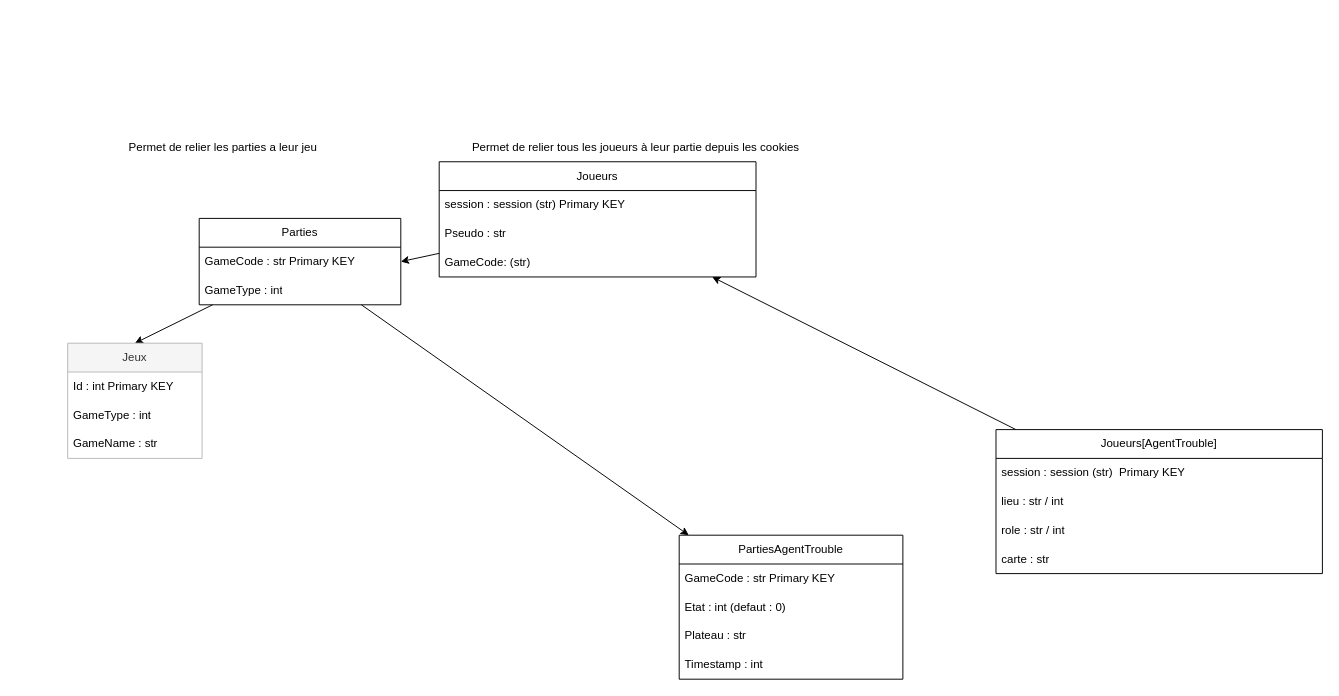
LeNonante/GameHub keeps this draw.io diagram as static/data/schemas.drawio. Above is the earlier version. Source tidied: cells renumbered, new cells numbered last; positions are measured from the earlier drawing's top-left corner, leaving out a move shared by most shapes. Both pictures are drawn from the tidied source at 96%, with x=0, y=0 at pixel (55, 132).
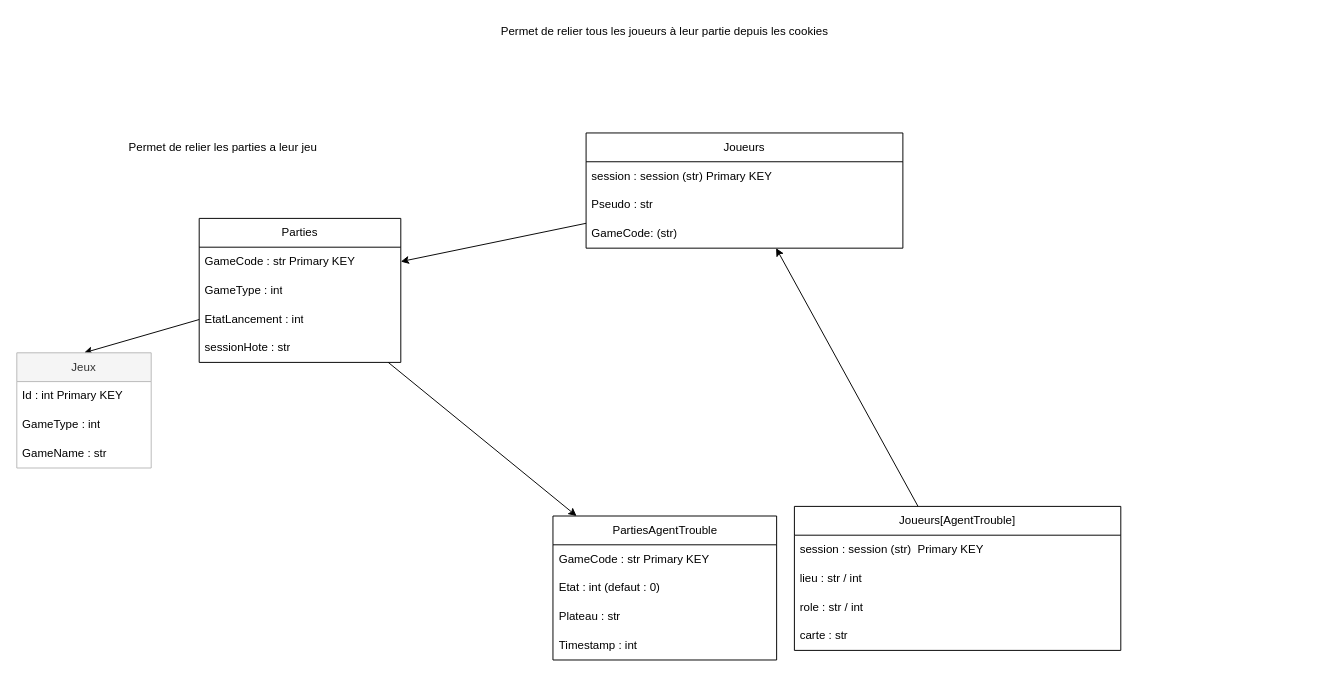
The same page after the edit.

The edit, as a diff of the source:
```diff
@@
     <mxCell id="4" value="Parties" style="swimlane;fontStyle=0;horizontal=1;startSize=30;whiteSpace=wrap;html=1;" parent="1" vertex="1">
-      <mxGeometry x="150" y="89" width="210" height="90" as="geometry" />
+      <mxGeometry x="150" y="89" width="210" height="150" as="geometry" />
     </mxCell>
@@
+    <mxCell id="29" value="GameType : int" style="text;strokeColor=none;fillColor=none;align=left;verticalAlign=middle;spacingLeft=4;spacingRight=4;overflow=hidden;whiteSpace=wrap;html=1;" parent="4" vertex="1">
+      <mxGeometry y="60" width="210" height="30" as="geometry" />
+    </mxCell>
+    <mxCell id="30" value="EtatLancement : int" style="text;strokeColor=none;fillColor=none;align=left;verticalAlign=middle;spacingLeft=4;spacingRight=4;overflow=hidden;whiteSpace=wrap;html=1;" parent="4" vertex="1">
+      <mxGeometry y="90" width="210" height="30" as="geometry" />
+    </mxCell>
-    <mxCell id="6" value="GameType : int" style="text;strokeColor=none;fillColor=none;align=left;verticalAlign=middle;spacingLeft=4;spacingRight=4;overflow=hidden;whiteSpace=wrap;html=1;" parent="4" vertex="1">
-      <mxGeometry y="60" width="210" height="30" as="geometry" />
+    <mxCell id="6" value="sessionHote : str" style="text;strokeColor=none;fillColor=none;align=left;verticalAlign=middle;spacingLeft=4;spacingRight=4;overflow=hidden;whiteSpace=wrap;html=1;" parent="4" vertex="1">
+      <mxGeometry y="120" width="210" height="30" as="geometry" />
     </mxCell>
     <mxCell id="7" value="Jeux" style="swimlane;fontStyle=0;horizontal=1;startSize=30;whiteSpace=wrap;html=1;fillColor=#f5f5f5;fontColor=#333333;strokeColor=light-dark(#b8b8b8, #959595);" parent="1" vertex="1">
-      <mxGeometry x="13" y="219" width="140" height="120" as="geometry" />
+      <mxGeometry x="-40" y="229" width="140" height="120" as="geometry" />
     </mxCell>
@@
     <mxCell id="11" value="PartiesAgentTrouble" style="swimlane;fontStyle=0;horizontal=1;startSize=30;whiteSpace=wrap;html=1;" parent="1" vertex="1">
-      <mxGeometry x="650" y="419" width="233" height="150" as="geometry" />
+      <mxGeometry x="518.5" y="399" width="233" height="150" as="geometry" />
     </mxCell>
@@
     <mxCell id="17" value="Joueurs[AgentTrouble]" style="swimlane;fontStyle=0;horizontal=1;startSize=30;whiteSpace=wrap;html=1;" parent="1" vertex="1">
-      <mxGeometry x="980" y="309" width="340" height="150" as="geometry" />
+      <mxGeometry x="770" y="389" width="340" height="150" as="geometry" />
     </mxCell>
@@
     <mxCell id="23" value="Joueurs" style="swimlane;fontStyle=0;horizontal=1;startSize=30;whiteSpace=wrap;html=1;" parent="1" vertex="1">
-      <mxGeometry x="400" y="30" width="330" height="120" as="geometry" />
+      <mxGeometry x="553" width="330" height="120" as="geometry" />
     </mxCell>
@@
     <mxCell id="27" value="Permet de relier tous les joueurs à leur partie depuis les cookies" style="text;html=1;align=center;verticalAlign=middle;whiteSpace=wrap;rounded=0;" parent="1" vertex="1">
-      <mxGeometry x="430" width="350" height="30" as="geometry" />
+      <mxGeometry x="460" y="-121" width="350" height="30" as="geometry" />
     </mxCell>
```
